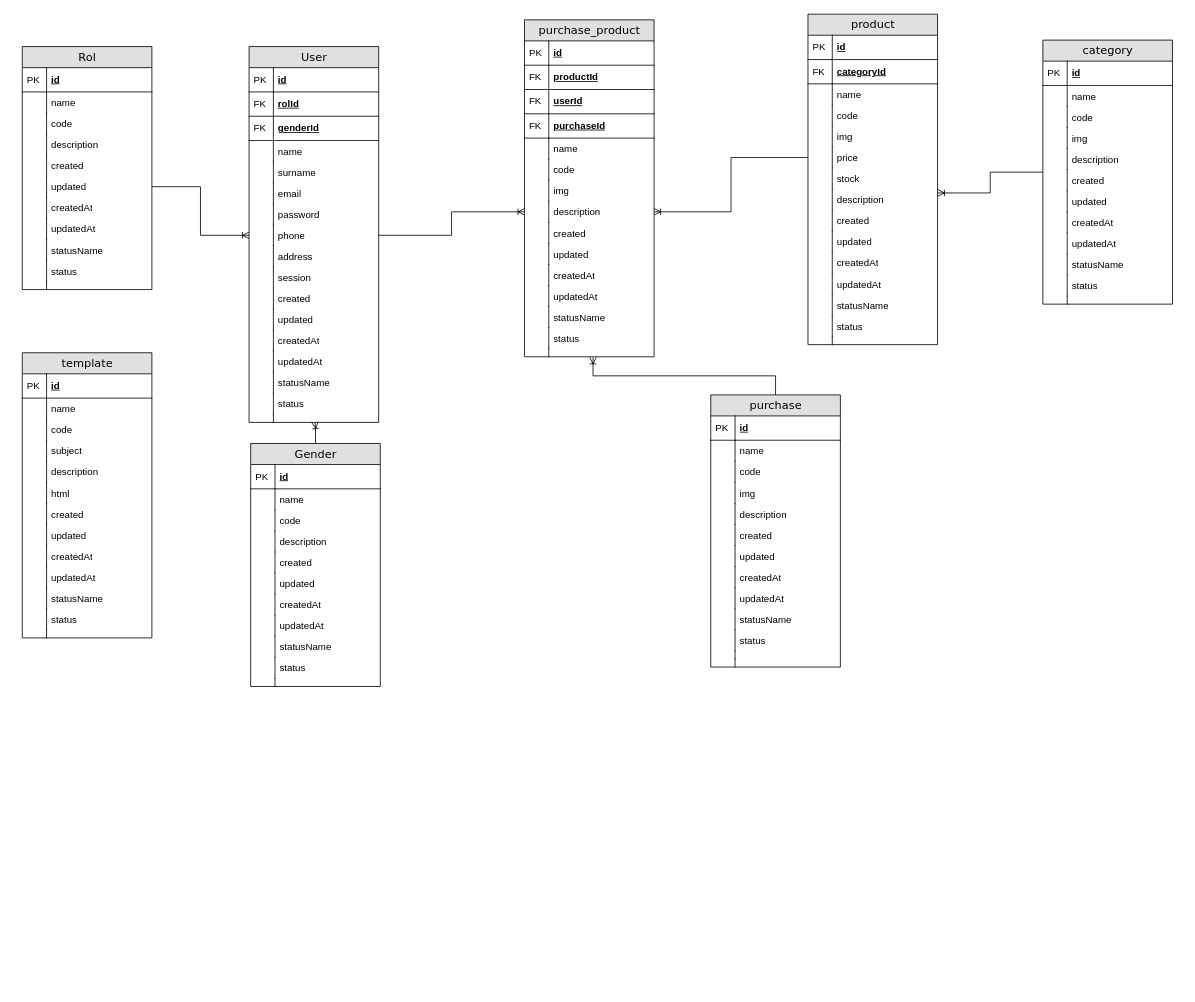
Earlier version of the draw.io diagram documentation/DataBase.drawio (crispervas/Lpaecomms). Source tidied: cells renumbered, new cells numbered last; positions are measured from the earlier drawing's top-left corner, leaving out a move shared by most shapes. Both pictures are drawn from the tidied source at 81%, with x=0, y=0 at pixel (22, 14).
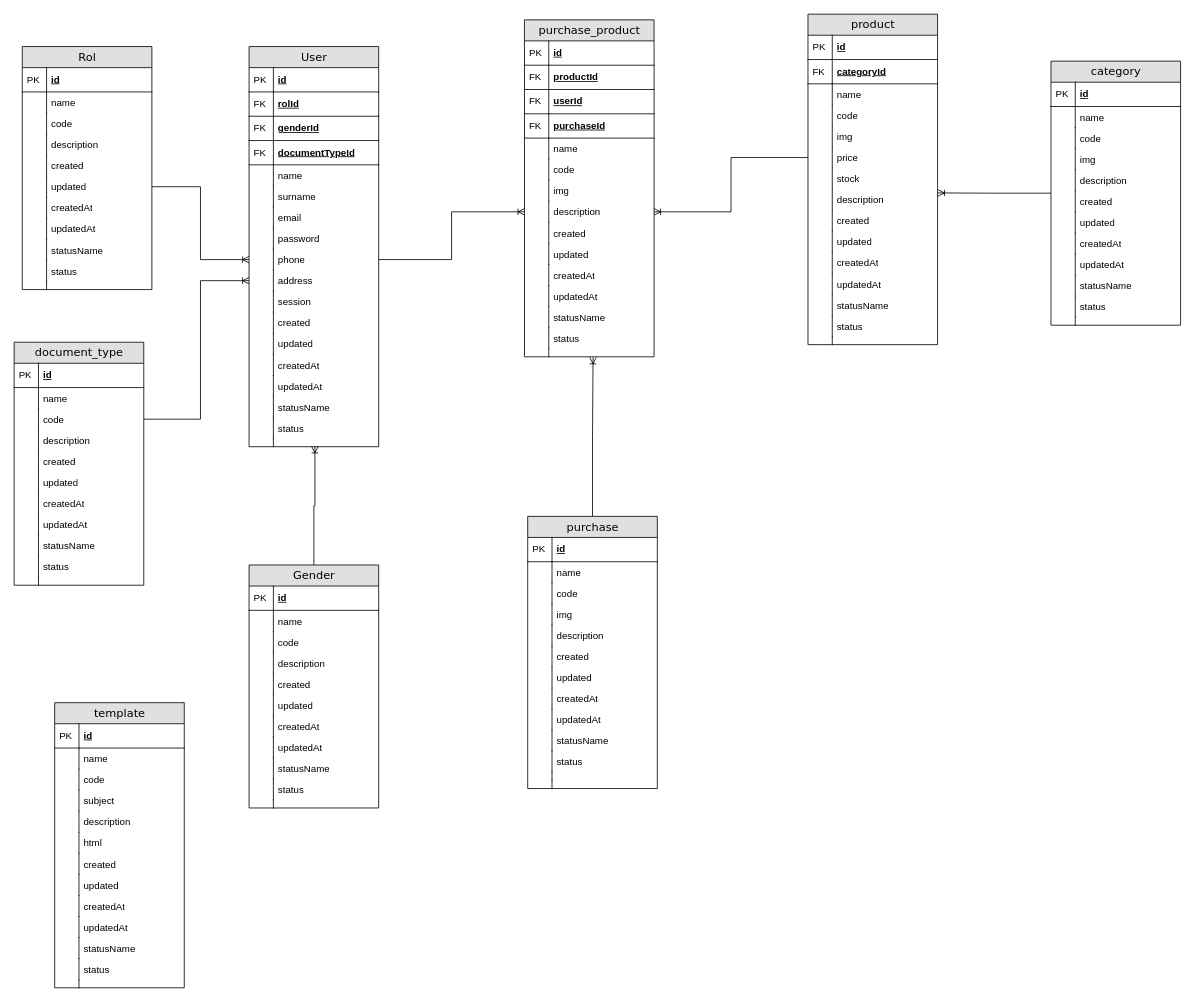
The same diagram, later.

Commit message (it also covers changes not shown here):
feat(web): add the document type reference table

Links user to it through documentTypeId, alongside the existing role and
gender references.

What changed in the source:
```diff
@@
     <mxCell id="2" value="User" style="swimlane;html=1;fontStyle=0;horizontal=1;startSize=26;fillColor=#e0e0e0;swimlaneFillColor=#ffffff;align=center;rounded=0;shadow=0;comic=0;labelBackgroundColor=none;strokeWidth=1;fontFamily=Verdana;fontSize=14;" parent="1" vertex="1">
-      <mxGeometry x="280" y="40" width="160" height="464" as="geometry" />
+      <mxGeometry x="280" y="40" width="160" height="494" as="geometry" />
     </mxCell>
@@
+    <mxCell id="230" value="documentTypeId" style="shape=partialRectangle;top=0;left=0;right=0;bottom=1;html=1;align=left;verticalAlign=middle;fillColor=none;spacingLeft=34;spacingRight=4;whiteSpace=wrap;overflow=hidden;fontStyle=5;" parent="2" vertex="1">
+      <mxGeometry y="116" width="160" height="30" as="geometry" />
+    </mxCell>
+    <mxCell id="231" value="FK" style="shape=partialRectangle;top=0;left=0;bottom=0;html=1;fillColor=none;align=left;verticalAlign=middle;spacingLeft=4;spacingRight=4;whiteSpace=wrap;overflow=hidden;" parent="230" vertex="1">
+      <mxGeometry width="30" height="30" as="geometry" />
+    </mxCell>
     <mxCell id="9" value="name" style="shape=partialRectangle;top=0;left=0;right=0;bottom=0;html=1;align=left;verticalAlign=top;fillColor=none;spacingLeft=34;spacingRight=4;whiteSpace=wrap;overflow=hidden;" parent="2" vertex="1">
-      <mxGeometry y="116" width="160" height="26" as="geometry" />
+      <mxGeometry y="146" width="160" height="26" as="geometry" />
     </mxCell>
@@
     <mxCell id="11" value="surname" style="shape=partialRectangle;top=0;left=0;right=0;bottom=0;html=1;align=left;verticalAlign=top;fillColor=none;spacingLeft=34;spacingRight=4;whiteSpace=wrap;overflow=hidden;" parent="2" vertex="1">
-      <mxGeometry y="142" width="160" height="26" as="geometry" />
+      <mxGeometry y="172" width="160" height="26" as="geometry" />
     </mxCell>
@@
     <mxCell id="13" value="email" style="shape=partialRectangle;top=0;left=0;right=0;bottom=0;html=1;align=left;verticalAlign=top;fillColor=none;spacingLeft=34;spacingRight=4;whiteSpace=wrap;overflow=hidden;" parent="2" vertex="1">
-      <mxGeometry y="168" width="160" height="26" as="geometry" />
+      <mxGeometry y="198" width="160" height="26" as="geometry" />
     </mxCell>
@@
     <mxCell id="15" value="password" style="shape=partialRectangle;top=0;left=0;right=0;bottom=0;html=1;align=left;verticalAlign=top;fillColor=none;spacingLeft=34;spacingRight=4;whiteSpace=wrap;overflow=hidden;" parent="2" vertex="1">
-      <mxGeometry y="194" width="160" height="26" as="geometry" />
+      <mxGeometry y="224" width="160" height="26" as="geometry" />
     </mxCell>
@@
     <mxCell id="17" value="phone" style="shape=partialRectangle;top=0;left=0;right=0;bottom=0;html=1;align=left;verticalAlign=top;fillColor=none;spacingLeft=34;spacingRight=4;whiteSpace=wrap;overflow=hidden;points=[[0,0.5],[1,0.5]];portConstraint=eastwest;" parent="2" vertex="1">
-      <mxGeometry y="220" width="160" height="26" as="geometry" />
+      <mxGeometry y="250" width="160" height="26" as="geometry" />
     </mxCell>
@@
     <mxCell id="19" value="address" style="shape=partialRectangle;top=0;left=0;right=0;bottom=0;html=1;align=left;verticalAlign=top;fillColor=none;spacingLeft=34;spacingRight=4;whiteSpace=wrap;overflow=hidden;points=[[0,0.5],[1,0.5]];portConstraint=eastwest;" parent="2" vertex="1">
-      <mxGeometry y="246" width="160" height="26" as="geometry" />
+      <mxGeometry y="276" width="160" height="26" as="geometry" />
     </mxCell>
@@
     <mxCell id="21" value="session" style="shape=partialRectangle;top=0;left=0;right=0;bottom=0;html=1;align=left;verticalAlign=top;fillColor=none;spacingLeft=34;spacingRight=4;whiteSpace=wrap;overflow=hidden;" parent="2" vertex="1">
-      <mxGeometry y="272" width="160" height="26" as="geometry" />
+      <mxGeometry y="302" width="160" height="26" as="geometry" />
     </mxCell>
@@
     <mxCell id="23" value="created" style="shape=partialRectangle;top=0;left=0;right=0;bottom=0;html=1;align=left;verticalAlign=top;fillColor=none;spacingLeft=34;spacingRight=4;whiteSpace=wrap;overflow=hidden;" parent="2" vertex="1">
-      <mxGeometry y="298" width="160" height="26" as="geometry" />
+      <mxGeometry y="328" width="160" height="26" as="geometry" />
     </mxCell>
@@
     <mxCell id="25" value="updated" style="shape=partialRectangle;top=0;left=0;right=0;bottom=0;html=1;align=left;verticalAlign=top;fillColor=none;spacingLeft=34;spacingRight=4;whiteSpace=wrap;overflow=hidden;" parent="2" vertex="1">
-      <mxGeometry y="324" width="160" height="26" as="geometry" />
+      <mxGeometry y="354" width="160" height="26" as="geometry" />
     </mxCell>
@@
     <mxCell id="27" value="createdAt" style="shape=partialRectangle;top=0;left=0;right=0;bottom=0;html=1;align=left;verticalAlign=top;fillColor=none;spacingLeft=34;spacingRight=4;whiteSpace=wrap;overflow=hidden;" parent="2" vertex="1">
-      <mxGeometry y="350" width="160" height="26" as="geometry" />
+      <mxGeometry y="380" width="160" height="26" as="geometry" />
     </mxCell>
@@
     <mxCell id="29" value="updatedAt" style="shape=partialRectangle;top=0;left=0;right=0;bottom=0;html=1;align=left;verticalAlign=top;fillColor=none;spacingLeft=34;spacingRight=4;whiteSpace=wrap;overflow=hidden;" parent="2" vertex="1">
-      <mxGeometry y="376" width="160" height="26" as="geometry" />
+      <mxGeometry y="406" width="160" height="26" as="geometry" />
     </mxCell>
@@
     <mxCell id="31" value="statusName" style="shape=partialRectangle;top=0;left=0;right=0;bottom=0;html=1;align=left;verticalAlign=top;fillColor=none;spacingLeft=34;spacingRight=4;whiteSpace=wrap;overflow=hidden;" parent="2" vertex="1">
-      <mxGeometry y="402" width="160" height="26" as="geometry" />
+      <mxGeometry y="432" width="160" height="26" as="geometry" />
     </mxCell>
@@
     <mxCell id="33" value="status" style="shape=partialRectangle;top=0;left=0;right=0;bottom=0;html=1;align=left;verticalAlign=top;fillColor=none;spacingLeft=34;spacingRight=4;whiteSpace=wrap;overflow=hidden;" parent="2" vertex="1">
-      <mxGeometry y="428" width="160" height="26" as="geometry" />
+      <mxGeometry y="458" width="160" height="26" as="geometry" />
     </mxCell>
@@
     <mxCell id="35" style="shape=partialRectangle;top=0;left=0;right=0;bottom=0;html=1;align=left;verticalAlign=top;fillColor=none;spacingLeft=34;spacingRight=4;whiteSpace=wrap;overflow=hidden;points=[[0,0.5],[1,0.5]];portConstraint=eastwest;" parent="2" vertex="1">
-      <mxGeometry y="454" width="160" height="10" as="geometry" />
+      <mxGeometry y="484" width="160" height="10" as="geometry" />
     </mxCell>
@@
     <mxCell id="62" value="category" style="swimlane;html=1;fontStyle=0;horizontal=1;startSize=26;fillColor=#e0e0e0;swimlaneFillColor=#ffffff;align=center;rounded=0;shadow=0;comic=0;labelBackgroundColor=none;strokeWidth=1;fontFamily=Verdana;fontSize=14;" parent="1" vertex="1">
-      <mxGeometry x="1260" y="32" width="160" height="326" as="geometry" />
+      <mxGeometry x="1270" y="58" width="160" height="326" as="geometry" />
     </mxCell>
@@
     <mxCell id="150" value="purchase" style="swimlane;html=1;fontStyle=0;horizontal=1;startSize=26;fillColor=#e0e0e0;swimlaneFillColor=#ffffff;align=center;rounded=0;shadow=0;comic=0;labelBackgroundColor=none;strokeWidth=1;fontFamily=Verdana;fontSize=14;" parent="1" vertex="1">
-      <mxGeometry x="850" y="470" width="160" height="336" as="geometry" />
+      <mxGeometry x="624" y="620" width="160" height="336" as="geometry" />
     </mxCell>
@@
     <mxCell id="179" value="template" style="swimlane;html=1;fontStyle=0;horizontal=1;startSize=26;fillColor=#e0e0e0;swimlaneFillColor=#ffffff;align=center;rounded=0;shadow=0;comic=0;labelBackgroundColor=none;strokeWidth=1;fontFamily=Verdana;fontSize=14;" parent="1" vertex="1">
-      <mxGeometry y="418" width="160" height="352" as="geometry" />
+      <mxGeometry x="40" y="850" width="160" height="352" as="geometry" />
     </mxCell>
@@
     <mxCell id="207" value="Gender" style="swimlane;html=1;fontStyle=0;horizontal=1;startSize=26;fillColor=#e0e0e0;swimlaneFillColor=#ffffff;align=center;rounded=0;shadow=0;comic=0;labelBackgroundColor=none;strokeWidth=1;fontFamily=Verdana;fontSize=14;" parent="1" vertex="1">
-      <mxGeometry x="282" y="530" width="160" height="300" as="geometry" />
+      <mxGeometry x="280" y="680" width="160" height="300" as="geometry" />
     </mxCell>
@@
+    <mxCell id="232" value="document_type" style="swimlane;html=1;fontStyle=0;horizontal=1;startSize=26;fillColor=#e0e0e0;swimlaneFillColor=#ffffff;align=center;rounded=0;shadow=0;comic=0;labelBackgroundColor=none;strokeWidth=1;fontFamily=Verdana;fontSize=14;" parent="1" vertex="1">
+      <mxGeometry x="-10" y="405" width="160" height="300" as="geometry" />
+    </mxCell>
+    <mxCell id="233" value="id" style="shape=partialRectangle;top=0;left=0;right=0;bottom=1;html=1;align=left;verticalAlign=middle;fillColor=none;spacingLeft=34;spacingRight=4;whiteSpace=wrap;overflow=hidden;fontStyle=5;" parent="232" vertex="1">
+      <mxGeometry y="26" width="160" height="30" as="geometry" />
+    </mxCell>
+    <mxCell id="234" value="PK" style="shape=partialRectangle;top=0;left=0;bottom=0;html=1;fillColor=none;align=left;verticalAlign=middle;spacingLeft=4;spacingRight=4;whiteSpace=wrap;overflow=hidden;" parent="233" vertex="1">
+      <mxGeometry width="30" height="30" as="geometry" />
+    </mxCell>
+    <mxCell id="235" value="name" style="shape=partialRectangle;top=0;left=0;right=0;bottom=0;html=1;align=left;verticalAlign=top;fillColor=none;spacingLeft=34;spacingRight=4;whiteSpace=wrap;overflow=hidden;" parent="232" vertex="1">
+      <mxGeometry y="56" width="160" height="26" as="geometry" />
+    </mxCell>
+    <mxCell id="236" style="shape=partialRectangle;top=0;left=0;bottom=0;html=1;fillColor=none;align=left;verticalAlign=top;spacingLeft=4;spacingRight=4;whiteSpace=wrap;overflow=hidden;" parent="235" vertex="1">
+      <mxGeometry width="30" height="26" as="geometry" />
+    </mxCell>
+    <mxCell id="237" value="code" style="shape=partialRectangle;top=0;left=0;right=0;bottom=0;html=1;align=left;verticalAlign=top;fillColor=none;spacingLeft=34;spacingRight=4;whiteSpace=wrap;overflow=hidden;points=[[0,0.5],[1,0.5]];portConstraint=eastwest;" parent="232" vertex="1">
+      <mxGeometry y="82" width="160" height="26" as="geometry" />
+    </mxCell>
+    <mxCell id="238" style="shape=partialRectangle;top=0;left=0;bottom=0;html=1;fillColor=none;align=left;verticalAlign=top;spacingLeft=4;spacingRight=4;whiteSpace=wrap;overflow=hidden;" parent="237" vertex="1">
+      <mxGeometry width="30" height="26" as="geometry" />
+    </mxCell>
+    <mxCell id="239" value="description" style="shape=partialRectangle;top=0;left=0;right=0;bottom=0;html=1;align=left;verticalAlign=top;fillColor=none;spacingLeft=34;spacingRight=4;whiteSpace=wrap;overflow=hidden;" parent="232" vertex="1">
+      <mxGeometry y="108" width="160" height="26" as="geometry" />
+    </mxCell>
+    <mxCell id="240" style="shape=partialRectangle;top=0;left=0;bottom=0;html=1;fillColor=none;align=left;verticalAlign=top;spacingLeft=4;spacingRight=4;whiteSpace=wrap;overflow=hidden;" parent="239" vertex="1">
+      <mxGeometry width="30" height="26" as="geometry" />
+    </mxCell>
+    <mxCell id="241" value="created" style="shape=partialRectangle;top=0;left=0;right=0;bottom=0;html=1;align=left;verticalAlign=top;fillColor=none;spacingLeft=34;spacingRight=4;whiteSpace=wrap;overflow=hidden;" parent="232" vertex="1">
+      <mxGeometry y="134" width="160" height="26" as="geometry" />
+    </mxCell>
+    <mxCell id="242" style="shape=partialRectangle;top=0;left=0;bottom=0;html=1;fillColor=none;align=left;verticalAlign=top;spacingLeft=4;spacingRight=4;whiteSpace=wrap;overflow=hidden;" parent="241" vertex="1">
+      <mxGeometry width="30" height="26" as="geometry" />
+    </mxCell>
+    <mxCell id="243" value="updated" style="shape=partialRectangle;top=0;left=0;right=0;bottom=0;html=1;align=left;verticalAlign=top;fillColor=none;spacingLeft=34;spacingRight=4;whiteSpace=wrap;overflow=hidden;" parent="232" vertex="1">
+      <mxGeometry y="160" width="160" height="26" as="geometry" />
+    </mxCell>
+    <mxCell id="244" style="shape=partialRectangle;top=0;left=0;bottom=0;html=1;fillColor=none;align=left;verticalAlign=top;spacingLeft=4;spacingRight=4;whiteSpace=wrap;overflow=hidden;" parent="243" vertex="1">
+      <mxGeometry width="30" height="26" as="geometry" />
+    </mxCell>
+    <mxCell id="245" value="createdAt" style="shape=partialRectangle;top=0;left=0;right=0;bottom=0;html=1;align=left;verticalAlign=top;fillColor=none;spacingLeft=34;spacingRight=4;whiteSpace=wrap;overflow=hidden;" parent="232" vertex="1">
+      <mxGeometry y="186" width="160" height="26" as="geometry" />
+    </mxCell>
+    <mxCell id="246" style="shape=partialRectangle;top=0;left=0;bottom=0;html=1;fillColor=none;align=left;verticalAlign=top;spacingLeft=4;spacingRight=4;whiteSpace=wrap;overflow=hidden;" parent="245" vertex="1">
+      <mxGeometry width="30" height="26" as="geometry" />
+    </mxCell>
+    <mxCell id="247" value="updatedAt" style="shape=partialRectangle;top=0;left=0;right=0;bottom=0;html=1;align=left;verticalAlign=top;fillColor=none;spacingLeft=34;spacingRight=4;whiteSpace=wrap;overflow=hidden;" parent="232" vertex="1">
+      <mxGeometry y="212" width="160" height="26" as="geometry" />
+    </mxCell>
+    <mxCell id="248" style="shape=partialRectangle;top=0;left=0;bottom=0;html=1;fillColor=none;align=left;verticalAlign=top;spacingLeft=4;spacingRight=4;whiteSpace=wrap;overflow=hidden;" parent="247" vertex="1">
+      <mxGeometry width="30" height="26" as="geometry" />
+    </mxCell>
+    <mxCell id="249" value="statusName" style="shape=partialRectangle;top=0;left=0;right=0;bottom=0;html=1;align=left;verticalAlign=top;fillColor=none;spacingLeft=34;spacingRight=4;whiteSpace=wrap;overflow=hidden;" parent="232" vertex="1">
+      <mxGeometry y="238" width="160" height="26" as="geometry" />
+    </mxCell>
+    <mxCell id="250" style="shape=partialRectangle;top=0;left=0;bottom=0;html=1;fillColor=none;align=left;verticalAlign=top;spacingLeft=4;spacingRight=4;whiteSpace=wrap;overflow=hidden;" parent="249" vertex="1">
+      <mxGeometry width="30" height="26" as="geometry" />
+    </mxCell>
+    <mxCell id="251" value="status" style="shape=partialRectangle;top=0;left=0;right=0;bottom=0;html=1;align=left;verticalAlign=top;fillColor=none;spacingLeft=34;spacingRight=4;whiteSpace=wrap;overflow=hidden;" parent="232" vertex="1">
+      <mxGeometry y="264" width="160" height="26" as="geometry" />
+    </mxCell>
+    <mxCell id="252" style="shape=partialRectangle;top=0;left=0;bottom=0;html=1;fillColor=none;align=left;verticalAlign=top;spacingLeft=4;spacingRight=4;whiteSpace=wrap;overflow=hidden;" parent="251" vertex="1">
+      <mxGeometry width="30" height="26" as="geometry" />
+    </mxCell>
+    <mxCell id="253" style="shape=partialRectangle;top=0;left=0;right=0;bottom=0;html=1;align=left;verticalAlign=top;fillColor=none;spacingLeft=34;spacingRight=4;whiteSpace=wrap;overflow=hidden;" parent="232" vertex="1">
+      <mxGeometry y="290" width="160" height="10" as="geometry" />
+    </mxCell>
+    <mxCell id="254" style="shape=partialRectangle;top=0;left=0;bottom=0;html=1;fillColor=none;align=left;verticalAlign=top;spacingLeft=4;spacingRight=4;whiteSpace=wrap;overflow=hidden;" parent="253" vertex="1">
+      <mxGeometry width="30" height="10" as="geometry" />
+    </mxCell>
+    <mxCell id="255" style="edgeStyle=orthogonalEdgeStyle;rounded=0;jettySize=auto;html=1;entryX=0;entryY=0.5;entryDx=0;entryDy=0;endArrow=ERoneToMany;endFill=0;" parent="1" edge="1" source="237" target="19">
+      <mxGeometry relative="1" as="geometry">
+        <Array as="points">
+          <mxPoint x="220" y="500" />
+          <mxPoint x="220" y="329" />
+        </Array>
+      </mxGeometry>
+    </mxCell>
```
